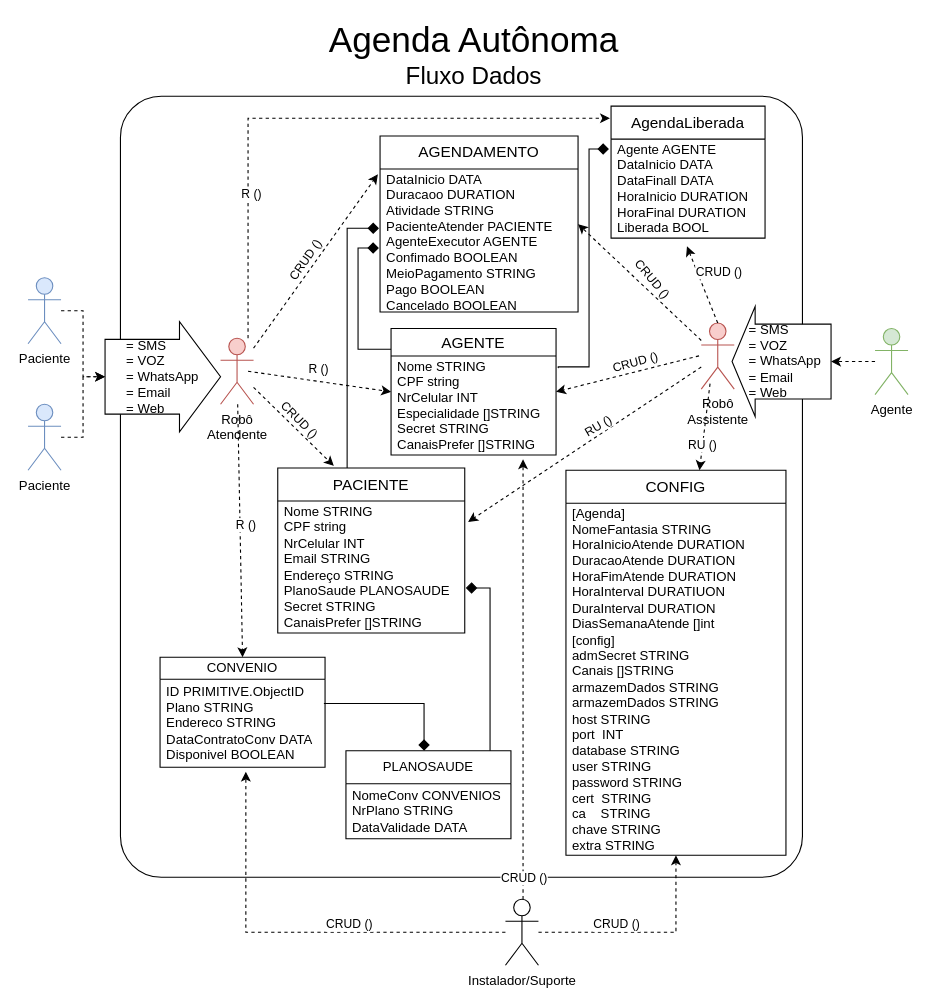
Above: page "Página-1" (1 of 2) of Agenda.drawio in gunboe/Agenda (draw.io), before the change. Source tidied: cells renumbered, new cells numbered last; positions are measured from the earlier drawing's top-left corner, leaving out a move shared by most shapes. Both pictures are drawn from the tidied source at 110%, with x=0, y=0 at pixel (28, 21).
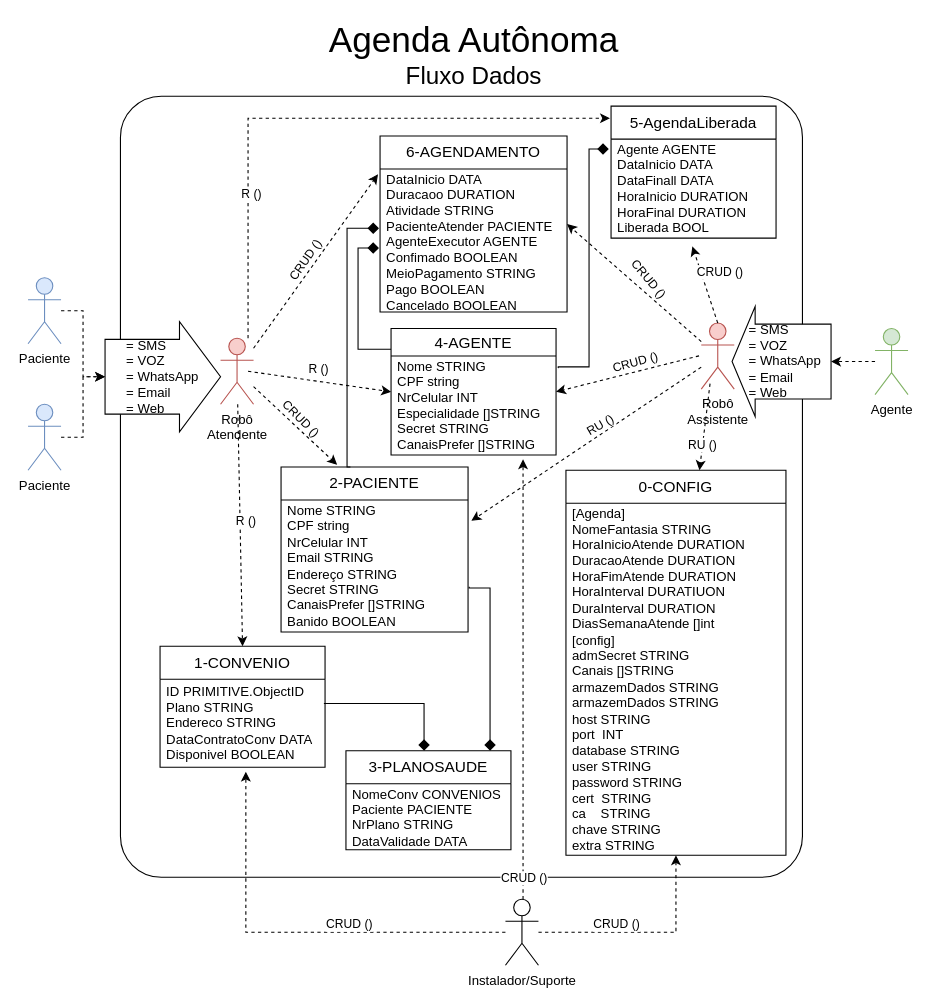
The same diagram, later.

Commit message:
Ajuste na arquitetura do Paciente-PlanoSaude da Agenda.drawio

Diff of the diagram source:
```diff
@@
-    <mxCell id="8" value="&lt;font style=&quot;font-size: 14px;&quot;&gt;AGENDAMENTO&lt;/font&gt;" style="swimlane;fontStyle=0;horizontal=1;startSize=30;whiteSpace=wrap;html=1;" parent="1" vertex="1">
-      <mxGeometry x="320" y="104.2" width="180" height="160" as="geometry" />
+    <mxCell id="8" value="&lt;font style=&quot;font-size: 14px;&quot;&gt;6-AGENDAMENTO&lt;/font&gt;" style="swimlane;fontStyle=0;horizontal=1;startSize=30;whiteSpace=wrap;html=1;" parent="1" vertex="1">
+      <mxGeometry x="320" y="104.2" width="170" height="160" as="geometry" />
     </mxCell>
     <mxCell id="9" value="DataInicio DATA&lt;br style=&quot;border-color: var(--border-color); text-align: center;&quot;&gt;&lt;span style=&quot;text-align: center;&quot;&gt;Duracaoo DURATION&lt;/span&gt;&lt;br style=&quot;border-color: var(--border-color); text-align: center;&quot;&gt;&lt;span style=&quot;text-align: center;&quot;&gt;Atividade STRING&lt;/span&gt;&lt;br style=&quot;border-color: var(--border-color); text-align: center;&quot;&gt;PacienteAtender PACIENTE&lt;br style=&quot;border-color: var(--border-color);&quot;&gt;&lt;span style=&quot;text-align: center;&quot;&gt;AgenteExecutor AGENTE&lt;/span&gt;&lt;br style=&quot;border-color: var(--border-color); text-align: center;&quot;&gt;&lt;span style=&quot;text-align: center;&quot;&gt;Confimado BOOLEAN&lt;/span&gt;&lt;span style=&quot;text-align: center;&quot;&gt;&lt;br&gt;MeioPagamento STRING&lt;br&gt;Pago BOOLEAN&lt;br&gt;Cancelado BOOLEAN&lt;br&gt;&lt;/span&gt;" style="text;strokeColor=none;fillColor=none;align=left;verticalAlign=middle;spacingLeft=4;spacingRight=4;overflow=hidden;points=[[0,0.5],[1,0.5]];portConstraint=eastwest;whiteSpace=wrap;html=1;" parent="8" vertex="1">
-      <mxGeometry y="30" width="180" height="130" as="geometry" />
+      <mxGeometry y="30" width="170" height="130" as="geometry" />
     </mxCell>
@@
-    <mxCell id="12" value="&lt;font style=&quot;font-size: 14px;&quot;&gt;PACIENTE&lt;/font&gt;" style="swimlane;fontStyle=0;horizontal=1;startSize=30;whiteSpace=wrap;html=1;" parent="1" vertex="1">
-      <mxGeometry x="227" y="406" width="170" height="150" as="geometry" />
+    <mxCell id="12" value="&lt;font style=&quot;font-size: 14px;&quot;&gt;2-PACIENTE&lt;/font&gt;" style="swimlane;fontStyle=0;horizontal=1;startSize=30;whiteSpace=wrap;html=1;" parent="1" vertex="1">
+      <mxGeometry x="230" y="405" width="170" height="150" as="geometry" />
     </mxCell>
-    <mxCell id="13" value="Nome STRING&lt;br&gt;CPF string&lt;br&gt;NrCelular INT&lt;br&gt;Email STRING&lt;br&gt;Endereço STRING&lt;br&gt;PlanoSaude PLANOSAUDE&lt;br&gt;Secret STRING&lt;br&gt;CanaisPrefer []STRING" style="text;strokeColor=none;fillColor=none;align=left;verticalAlign=middle;spacingLeft=4;spacingRight=4;overflow=hidden;points=[[0,0.5],[1,0.5]];portConstraint=eastwest;whiteSpace=wrap;html=1;" parent="12" vertex="1">
+    <mxCell id="13" value="Nome STRING&lt;br&gt;CPF string&lt;br&gt;NrCelular INT&lt;br&gt;Email STRING&lt;br&gt;Endereço STRING&lt;br&gt;Secret STRING&lt;br&gt;CanaisPrefer []STRING&lt;br&gt;Banido BOOLEAN" style="text;strokeColor=none;fillColor=none;align=left;verticalAlign=middle;spacingLeft=4;spacingRight=4;overflow=hidden;points=[[0,0.5],[1,0.5]];portConstraint=eastwest;whiteSpace=wrap;html=1;" parent="12" vertex="1">
       <mxGeometry y="30" width="170" height="120" as="geometry" />
     </mxCell>
@@
-    <mxCell id="21" value="&lt;font style=&quot;font-size: 14px;&quot;&gt;AGENTE&lt;/font&gt;" style="swimlane;fontStyle=0;horizontal=1;startSize=25;whiteSpace=wrap;html=1;" parent="1" vertex="1">
+    <mxCell id="21" value="&lt;font style=&quot;font-size: 14px;&quot;&gt;4-AGENTE&lt;/font&gt;" style="swimlane;fontStyle=0;horizontal=1;startSize=25;whiteSpace=wrap;html=1;" parent="1" vertex="1">
       <mxGeometry x="330" y="279.2" width="150" height="115" as="geometry" />
     </mxCell>
@@
-    <mxCell id="33" value="&lt;font style=&quot;font-size: 14px;&quot;&gt;CONFIG&lt;/font&gt;" style="swimlane;fontStyle=0;horizontal=1;startSize=30;whiteSpace=wrap;html=1;" parent="1" vertex="1">
+    <mxCell id="33" value="&lt;font style=&quot;font-size: 14px;&quot;&gt;0-CONFIG&lt;/font&gt;" style="swimlane;fontStyle=0;horizontal=1;startSize=30;whiteSpace=wrap;html=1;" parent="1" vertex="1">
       <mxGeometry x="489" y="408" width="200" height="350" as="geometry" />
     </mxCell>
@@
-    <mxCell id="36" value="PLANOSAUDE" style="swimlane;fontStyle=0;horizontal=1;startSize=30;whiteSpace=wrap;html=1;" parent="1" vertex="1">
-      <mxGeometry x="289" y="663" width="150" height="80" as="geometry" />
+    <mxCell id="36" value="&lt;font style=&quot;font-size: 14px;&quot;&gt;3-PLANOSAUDE&lt;/font&gt;" style="swimlane;fontStyle=0;horizontal=1;startSize=30;whiteSpace=wrap;html=1;" parent="1" vertex="1">
+      <mxGeometry x="289" y="663" width="150" height="90" as="geometry" />
     </mxCell>
-    <mxCell id="37" value="NomeConv CONVENIOS&lt;br&gt;NrPlano STRING&lt;br&gt;DataValidade DATA" style="text;strokeColor=none;fillColor=none;align=left;verticalAlign=middle;spacingLeft=4;spacingRight=4;overflow=hidden;whiteSpace=wrap;html=1;" parent="36" vertex="1">
-      <mxGeometry y="30" width="150" height="50" as="geometry" />
+    <mxCell id="37" value="NomeConv CONVENIOS&lt;br&gt;Paciente PACIENTE&lt;br&gt;NrPlano STRING&lt;br&gt;DataValidade DATA" style="text;strokeColor=none;fillColor=none;align=left;verticalAlign=middle;spacingLeft=4;spacingRight=4;overflow=hidden;whiteSpace=wrap;html=1;" parent="36" vertex="1">
+      <mxGeometry y="30" width="150" height="60" as="geometry" />
     </mxCell>
@@
-    <mxCell id="45" value="&lt;font style=&quot;font-size: 14px;&quot;&gt;AgendaLiberada&lt;/font&gt;" style="swimlane;fontStyle=0;horizontal=1;startSize=30;whiteSpace=wrap;html=1;" parent="1" vertex="1">
-      <mxGeometry x="530" y="77" width="140" height="120" as="geometry" />
+    <mxCell id="45" value="&lt;font style=&quot;font-size: 14px;&quot;&gt;5-AgendaLiberada&lt;/font&gt;" style="swimlane;fontStyle=0;horizontal=1;startSize=30;whiteSpace=wrap;html=1;" parent="1" vertex="1">
+      <mxGeometry x="530" y="77" width="150" height="120" as="geometry" />
     </mxCell>
     <mxCell id="46" value="Agente AGENTE&lt;br&gt;DataInicio DATA&lt;br&gt;DataFinall DATA&lt;br&gt;HoraInicio DURATION&lt;br&gt;HoraFinal DURATION&lt;br&gt;Liberada BOOL" style="text;strokeColor=none;fillColor=none;align=left;verticalAlign=middle;spacingLeft=4;spacingRight=4;overflow=hidden;points=[[0,0.5],[1,0.5]];portConstraint=eastwest;whiteSpace=wrap;html=1;" parent="45" vertex="1">
-      <mxGeometry y="30" width="140" height="90" as="geometry" />
+      <mxGeometry y="30" width="150" height="90" as="geometry" />
     </mxCell>
@@
-    <mxCell id="55" value="CONVENIO" style="swimlane;fontStyle=0;horizontal=1;startSize=20;whiteSpace=wrap;html=1;" parent="1" vertex="1">
-      <mxGeometry x="120" y="578" width="150" height="100" as="geometry" />
+    <mxCell id="55" value="&lt;font style=&quot;font-size: 14px;&quot;&gt;1-CONVENIO&lt;/font&gt;" style="swimlane;fontStyle=0;horizontal=1;startSize=30;whiteSpace=wrap;html=1;" parent="1" vertex="1">
+      <mxGeometry x="120" y="568" width="150" height="110" as="geometry" />
     </mxCell>
     <mxCell id="56" value="ID PRIMITIVE.ObjectID&lt;br&gt;Plano STRING&lt;br&gt;Endereco STRING&lt;br&gt;DataContratoConv DATA&lt;br&gt;Disponivel BOOLEAN" style="text;strokeColor=none;fillColor=none;align=left;verticalAlign=middle;spacingLeft=4;spacingRight=4;overflow=hidden;points=[[0,0.5],[1,0.5]];portConstraint=eastwest;whiteSpace=wrap;html=1;" parent="55" vertex="1">
-      <mxGeometry y="20" width="150" height="80" as="geometry" />
+      <mxGeometry y="30" width="150" height="80" as="geometry" />
     </mxCell>
-    <mxCell id="57" style="edgeStyle=orthogonalEdgeStyle;rounded=0;jettySize=auto;html=1;exitX=1.006;exitY=0.658;exitDx=0;exitDy=0;exitPerimeter=0;endArrow=none;endFill=0;endSize=8;startArrow=diamond;startFill=1;startSize=8;" parent="1" edge="1" source="13" target="36">
+    <mxCell id="57" style="edgeStyle=orthogonalEdgeStyle;rounded=0;jettySize=auto;html=1;exitX=1.006;exitY=0.658;exitDx=0;exitDy=0;exitPerimeter=0;endArrow=diamond;endFill=1;endSize=8;startArrow=none;startFill=0;startSize=8;" parent="1" edge="1" source="13" target="36">
       <mxGeometry relative="1" as="geometry">
         <Array as="points">
           <mxPoint x="420" y="515" />
         </Array>
       </mxGeometry>
     </mxCell>
```
